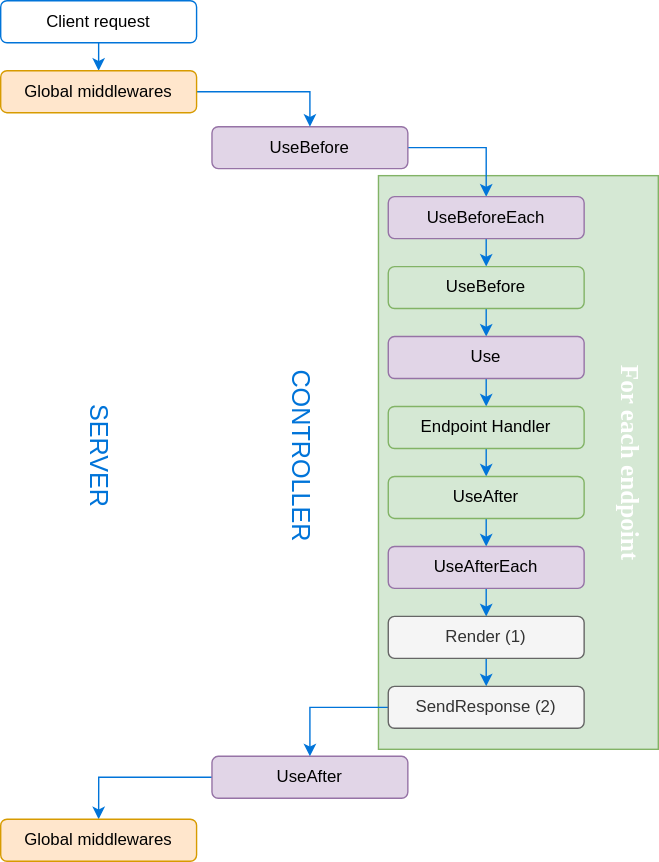
The draw.io diagram docs/assets/middleware-in-sequence.svg in tsedio/tsed, before a commit. Source tidied: cells renumbered, new cells last; positions are measured from the earlier drawing's top-left corner, leaving out a move shared by most shapes.
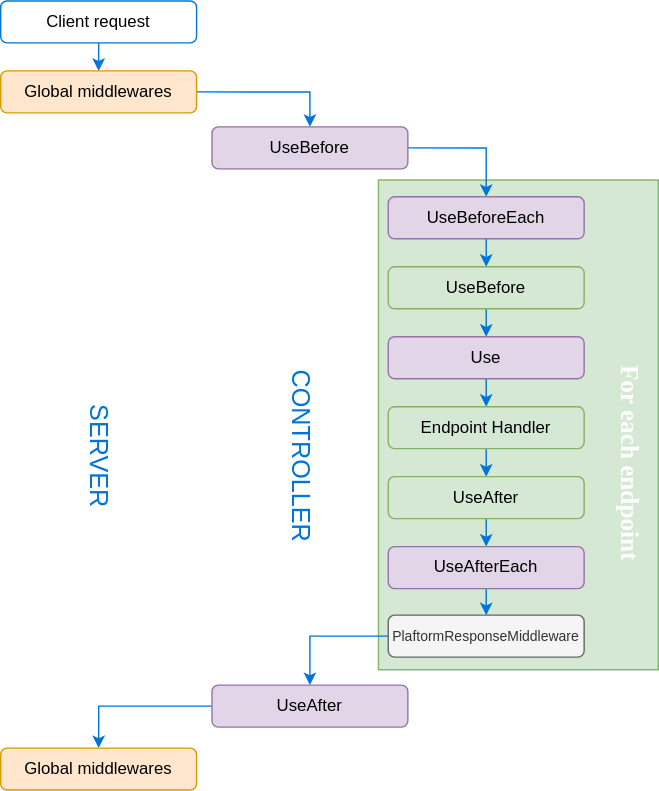
Later version of the same file.

The edit, as a diff of the source:
```diff
@@ -3,7 +3,7 @@
     <mxCell id="0" />
     <mxCell id="1" parent="0" />
     <mxCell id="2" style="rounded=0;whiteSpace=wrap;html=1;fillColor=#d5e8d4;strokeColor=#82b366;" parent="1" vertex="1">
-      <mxGeometry x="270" y="125" width="200" height="410" as="geometry" />
+      <mxGeometry x="270" y="128" width="200" height="350" as="geometry" />
     </mxCell>
     <mxCell id="3" style="edgeStyle=orthogonalEdgeStyle;rounded=0;jettySize=auto;html=1;exitX=0.5;exitY=1;exitDx=0;exitDy=0;entryX=0.5;entryY=0;entryDx=0;entryDy=0;strokeColor=#0074d9;" parent="1" edge="1" source="4" target="8">
       <mxGeometry relative="1" as="geometry" />
@@ -53,7 +53,7 @@
     <mxCell id="18" value="UseAfter" style="rounded=1;whiteSpace=wrap;html=1;strokeColor=#82b366;fillColor=#d5e8d4;fontFamily=Helvetica;" parent="1" vertex="1">
       <mxGeometry x="277" y="340" width="140" height="30" as="geometry" />
     </mxCell>
-    <mxCell id="19" style="edgeStyle=orthogonalEdgeStyle;rounded=0;jettySize=auto;html=1;exitX=0.5;exitY=1;exitDx=0;exitDy=0;entryX=0.5;entryY=0;entryDx=0;entryDy=0;strokeColor=#0074D9;" parent="1" edge="1" source="20" target="24">
+    <mxCell id="19" style="edgeStyle=orthogonalEdgeStyle;rounded=0;jettySize=auto;html=1;exitX=0.5;exitY=1;exitDx=0;exitDy=0;entryX=0.5;entryY=0;entryDx=0;entryDy=0;strokeColor=#0074D9;" parent="1" edge="1" source="20" target="26">
       <mxGeometry relative="1" as="geometry" />
     </mxCell>
     <mxCell id="20" value="UseAfterEach" style="rounded=1;whiteSpace=wrap;html=1;strokeColor=#9673a6;fillColor=#e1d5e7;fontFamily=Helvetica;" parent="1" vertex="1">
@@ -63,22 +63,16 @@
       <mxGeometry relative="1" as="geometry" />
     </mxCell>
     <mxCell id="22" value="&lt;div&gt;UseAfter&lt;/div&gt;" style="rounded=1;whiteSpace=wrap;html=1;strokeColor=#9673a6;fillColor=#e1d5e7;fontFamily=Helvetica;" parent="1" vertex="1">
-      <mxGeometry x="151" y="540" width="140" height="30" as="geometry" />
+      <mxGeometry x="151" y="489" width="140" height="30" as="geometry" />
     </mxCell>
-    <mxCell id="23" style="edgeStyle=orthogonalEdgeStyle;rounded=0;jettySize=auto;html=1;exitX=0.5;exitY=1;exitDx=0;exitDy=0;entryX=0.5;entryY=0;entryDx=0;entryDy=0;strokeColor=#0074D9;" parent="1" edge="1" source="24" target="26">
-      <mxGeometry relative="1" as="geometry" />
-    </mxCell>
-    <mxCell id="24" value="Render (1)" style="rounded=1;whiteSpace=wrap;html=1;strokeColor=#666666;fontFamily=Helvetica;fillColor=#f5f5f5;fontColor=#333333;" parent="1" vertex="1">
-      <mxGeometry x="277" y="440" width="140" height="30" as="geometry" />
-    </mxCell>
     <mxCell id="25" style="edgeStyle=orthogonalEdgeStyle;rounded=0;jettySize=auto;html=1;exitX=0;exitY=0.5;exitDx=0;exitDy=0;entryX=0.5;entryY=0;entryDx=0;entryDy=0;strokeColor=#0074D9;" parent="1" edge="1" source="26" target="22">
       <mxGeometry relative="1" as="geometry" />
     </mxCell>
-    <mxCell id="26" value="SendResponse (2)" style="rounded=1;whiteSpace=wrap;html=1;strokeColor=#666666;fontFamily=Helvetica;fillColor=#f5f5f5;fontColor=#333333;" parent="1" vertex="1">
-      <mxGeometry x="277" y="490" width="140" height="30" as="geometry" />
+    <mxCell id="26" value="&lt;font style=&quot;font-size: 10px&quot;&gt;PlaftormResponseMiddleware&lt;/font&gt;" style="rounded=1;whiteSpace=wrap;html=1;strokeColor=#666666;fontFamily=Helvetica;fillColor=#f5f5f5;fontColor=#333333;" parent="1" vertex="1">
+      <mxGeometry x="277" y="439" width="140" height="30" as="geometry" />
     </mxCell>
     <mxCell id="27" value="Global middlewares" style="rounded=1;whiteSpace=wrap;html=1;strokeColor=#d79b00;fillColor=#ffe6cc;fontFamily=Helvetica;" parent="1" vertex="1">
-      <mxGeometry y="585" width="140" height="30" as="geometry" />
+      <mxGeometry y="534" width="140" height="30" as="geometry" />
     </mxCell>
     <mxCell id="28" value="&lt;font style=&quot;font-size: 18px&quot; color=&quot;#0074D9&quot;&gt;SERVER&lt;/font&gt;" style="text;html=1;align=center;verticalAlign=middle;rotation=90;" parent="1" vertex="1">
       <mxGeometry x="25" y="315" width="90" height="20" as="geometry" />
```
